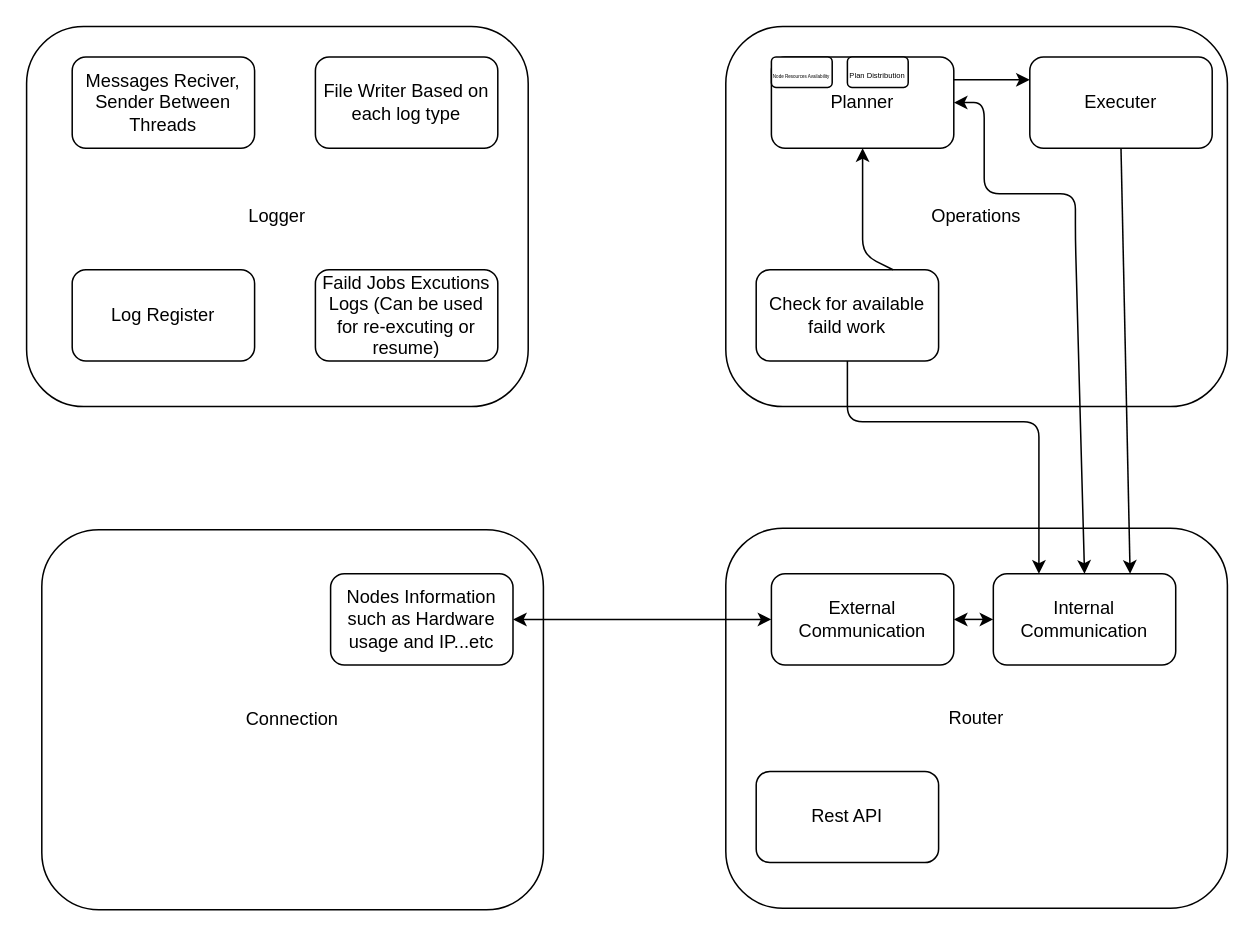
Before: page "Node-Objects" (1 of 2) of drawings/messages.dio in AhmedMousa-ag/thoth, a draw.io diagram. Source tidied: cells renumbered, new cells numbered last; positions are measured from the earlier drawing's top-left corner, leaving out a move shared by most shapes. Both pictures are drawn from the tidied source at 152%, with x=0, y=0 at pixel (26, 26).
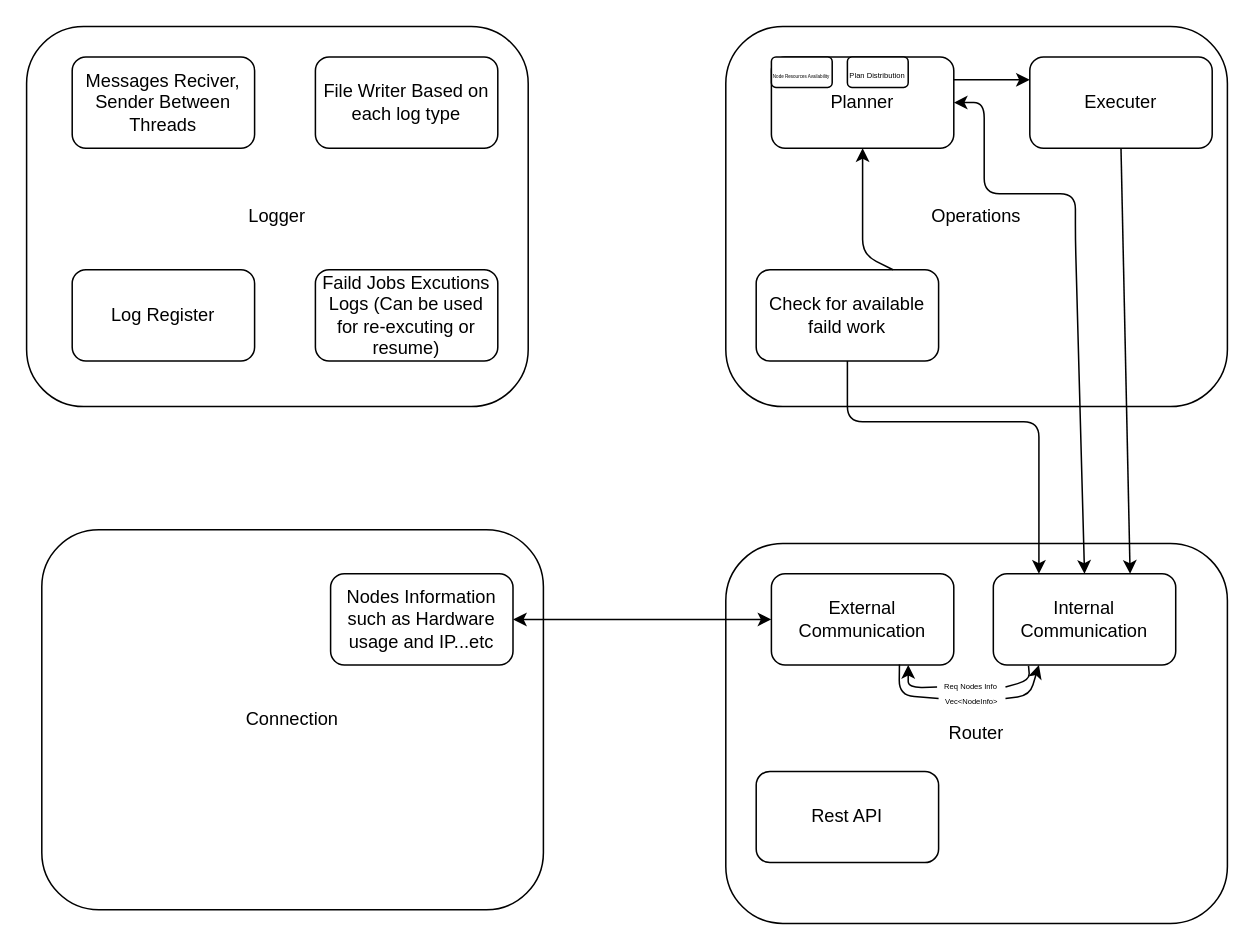
After the change.

The change refers to these unchanged cells:
```xml
<mxCell id="13" value="External Communication" style="rounded=1;whiteSpace=wrap;html=1;" parent="1" vertex="1">
  <mxGeometry x="490" y="360" width="120" height="60" as="geometry" />
</mxCell>
<mxCell id="24" value="Internal Communication" style="rounded=1;whiteSpace=wrap;html=1;" parent="1" vertex="1">
  <mxGeometry x="636" y="360" width="120" height="60" as="geometry" />
</mxCell>
```

What changed in the source:
```diff
@@
     <mxCell id="7" value="Router" style="rounded=1;whiteSpace=wrap;html=1;" parent="1" vertex="1">
-      <mxGeometry x="460" y="330" width="330" height="250" as="geometry" />
+      <mxGeometry x="460" y="340" width="330" height="250" as="geometry" />
     </mxCell>
@@
-    <mxCell id="22" style="endArrow=classic;startArrow=classic;html=1;entryX=0;entryY=0.5;entryDx=0;entryDy=0;exitX=1;exitY=0.5;exitDx=0;exitDy=0;" parent="1" edge="1" source="13" target="24">
-      <mxGeometry relative="1" as="geometry" />
-    </mxCell>
@@
+    <mxCell id="26" style="endArrow=classic;html=1;exitX=0;exitY=0.75;exitDx=0;exitDy=0;entryX=0.75;entryY=1;entryDx=0;entryDy=0;strokeWidth=1;" parent="1" edge="1" source="27" target="13">
+      <mxGeometry relative="1" as="geometry">
+        <Array as="points">
+          <mxPoint x="580" y="435" />
+        </Array>
+      </mxGeometry>
+    </mxCell>
+    <mxCell id="27" value="&lt;font style=&quot;font-size: 5px;&quot;&gt;Req Nodes Info&lt;/font&gt;" style="text;html=1;align=center;verticalAlign=middle;whiteSpace=wrap;rounded=0;" parent="1" vertex="1">
+      <mxGeometry x="599" y="427" width="45" height="10" as="geometry" />
+    </mxCell>
+    <mxCell id="28" style="endArrow=none;html=1;exitX=1;exitY=0.75;exitDx=0;exitDy=0;entryX=0.193;entryY=1.01;entryDx=0;entryDy=0;entryPerimeter=0;" parent="1" edge="1" source="27" target="24">
+      <mxGeometry relative="1" as="geometry">
+        <Array as="points">
+          <mxPoint x="660" y="430" />
+        </Array>
+      </mxGeometry>
+    </mxCell>
+    <mxCell id="29" value="&lt;font style=&quot;font-size: 5px;&quot;&gt;Vec&amp;lt;NodeInfo&amp;gt;&lt;/font&gt;" style="text;html=1;align=center;verticalAlign=middle;whiteSpace=wrap;rounded=0;" parent="1" vertex="1">
+      <mxGeometry x="600" y="437" width="44" height="10" as="geometry" />
+    </mxCell>
+    <mxCell id="30" style="endArrow=classic;html=1;exitX=1;exitY=0.5;exitDx=0;exitDy=0;entryX=0.25;entryY=1;entryDx=0;entryDy=0;" parent="1" edge="1" source="29" target="24">
+      <mxGeometry relative="1" as="geometry">
+        <Array as="points">
+          <mxPoint x="660" y="440" />
+        </Array>
+      </mxGeometry>
+    </mxCell>
+    <mxCell id="31" style="endArrow=none;html=1;entryX=0;entryY=0.5;entryDx=0;entryDy=0;exitX=0.702;exitY=0.994;exitDx=0;exitDy=0;exitPerimeter=0;" parent="1" edge="1" source="13" target="29">
+      <mxGeometry relative="1" as="geometry">
+        <Array as="points">
+          <mxPoint x="574" y="440" />
+        </Array>
+      </mxGeometry>
+    </mxCell>
```
